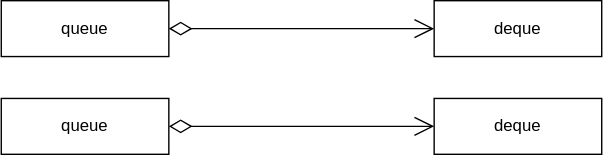
ecybiss/ecybiss.github.io keeps this draw.io diagram as 2104_cpp/A11.drawio.svg. Above is the earlier version. Source tidied: cells renumbered, new cells last; positions are measured from the earlier drawing's top-left corner, leaving out a move shared by most shapes.
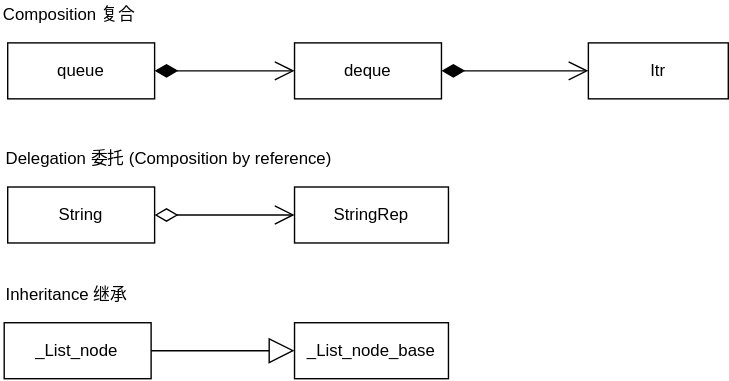
After the commit.

Change to the diagram source:
```diff
@@ -3,22 +3,51 @@
     <mxCell id="0" />
     <mxCell id="1" parent="0" />
     <mxCell id="2" value="queue" style="rounded=0;whiteSpace=wrap;html=1;" parent="1" vertex="1">
-      <mxGeometry width="120" height="40" as="geometry" />
+      <mxGeometry x="-75" y="-200" width="105" height="40" as="geometry" />
     </mxCell>
     <mxCell id="3" value="deque" style="rounded=0;whiteSpace=wrap;html=1;" parent="1" vertex="1">
-      <mxGeometry x="310" width="120" height="40" as="geometry" />
+      <mxGeometry x="130" y="-200" width="105" height="40" as="geometry" />
     </mxCell>
-    <mxCell id="4" value="&amp;nbsp;&amp;nbsp;" style="endArrow=open;html=1;endSize=12;startArrow=diamondThin;startSize=14;startFill=0;edgeStyle=orthogonalEdgeStyle;align=left;verticalAlign=bottom;exitX=1;exitY=0.5;exitDx=0;exitDy=0;entryX=0;entryY=0.5;entryDx=0;entryDy=0;" parent="1" edge="1" source="2" target="3">
-      <mxGeometry x="-1" y="3" relative="1" as="geometry" />
-    </mxCell>
-    <mxCell id="5" value="queue" style="rounded=0;whiteSpace=wrap;html=1;" parent="1" vertex="1">
-      <mxGeometry y="70" width="120" height="40" as="geometry" />
+    <mxCell id="5" value="String" style="rounded=0;whiteSpace=wrap;html=1;" parent="1" vertex="1">
+      <mxGeometry x="-75" y="-97" width="105" height="40" as="geometry" />
     </mxCell>
-    <mxCell id="6" value="deque" style="rounded=0;whiteSpace=wrap;html=1;" parent="1" vertex="1">
-      <mxGeometry x="310" y="70" width="120" height="40" as="geometry" />
+    <mxCell id="6" value="StringRep" style="rounded=0;whiteSpace=wrap;html=1;" parent="1" vertex="1">
+      <mxGeometry x="130" y="-97" width="110" height="40" as="geometry" />
     </mxCell>
     <mxCell id="7" value="&amp;nbsp;&amp;nbsp;" style="endArrow=open;html=1;endSize=12;startArrow=diamondThin;startSize=14;startFill=0;edgeStyle=orthogonalEdgeStyle;align=left;verticalAlign=bottom;exitX=1;exitY=0.5;exitDx=0;exitDy=0;entryX=0;entryY=0.5;entryDx=0;entryDy=0;" parent="1" edge="1" source="5" target="6">
       <mxGeometry x="-1" y="3" relative="1" as="geometry" />
     </mxCell>
+    <mxCell id="4" value="&amp;nbsp;&amp;nbsp;" style="endArrow=open;html=1;endSize=12;startArrow=diamondThin;startSize=14;startFill=1;edgeStyle=orthogonalEdgeStyle;align=left;verticalAlign=bottom;exitX=1;exitY=0.5;exitDx=0;exitDy=0;entryX=0;entryY=0.5;entryDx=0;entryDy=0;" parent="1" edge="1" source="2" target="3">
+      <mxGeometry x="-1" y="3" relative="1" as="geometry" />
+    </mxCell>
+    <mxCell id="8" value="Composition 复合" style="text;html=1;align=left;verticalAlign=middle;strokeColor=none;fillColor=none;" parent="1" vertex="1">
+      <mxGeometry x="-80" y="-230" width="110" height="20" as="geometry" />
+    </mxCell>
+    <mxCell id="9" value="Itr" style="rounded=0;whiteSpace=wrap;html=1;" parent="1" vertex="1">
+      <mxGeometry x="340" y="-200" width="100" height="40" as="geometry" />
+    </mxCell>
+    <mxCell id="10" value="&amp;nbsp;&amp;nbsp;" style="endArrow=open;html=1;endSize=12;startArrow=diamondThin;startSize=14;startFill=1;edgeStyle=orthogonalEdgeStyle;align=left;verticalAlign=bottom;exitX=1;exitY=0.5;exitDx=0;exitDy=0;entryX=0;entryY=0.5;entryDx=0;entryDy=0;" parent="1" edge="1" source="3" target="9">
+      <mxGeometry x="-1" y="3" relative="1" as="geometry">
+        <Array as="points">
+          <mxPoint x="280" y="-180" />
+          <mxPoint x="280" y="-180" />
+        </Array>
+      </mxGeometry>
+    </mxCell>
+    <mxCell id="11" value="Delegation 委托 (Composition by reference)" style="text;html=1;align=left;verticalAlign=middle;strokeColor=none;fillColor=none;" parent="1" vertex="1">
+      <mxGeometry x="-77.5" y="-127" width="250" height="20" as="geometry" />
+    </mxCell>
+    <mxCell id="12" value="Inheritance 继承" style="text;html=1;align=left;verticalAlign=middle;strokeColor=none;fillColor=none;" parent="1" vertex="1">
+      <mxGeometry x="-77.5" y="-30" width="100" height="20" as="geometry" />
+    </mxCell>
+    <mxCell id="13" value="_List_node" style="rounded=0;whiteSpace=wrap;html=1;" parent="1" vertex="1">
+      <mxGeometry x="-77.5" width="105" height="40" as="geometry" />
+    </mxCell>
+    <mxCell id="14" value="_List_node_base" style="rounded=0;whiteSpace=wrap;html=1;" parent="1" vertex="1">
+      <mxGeometry x="130" width="110" height="40" as="geometry" />
+    </mxCell>
+    <mxCell id="15" style="endArrow=block;endSize=16;endFill=0;html=1;exitX=1;exitY=0.5;exitDx=0;exitDy=0;" parent="1" edge="1" source="13" target="14">
+      <mxGeometry x="0.02" y="-10" relative="1" as="geometry" />
+    </mxCell>
   </root>
 </mxGraphModel>
```
